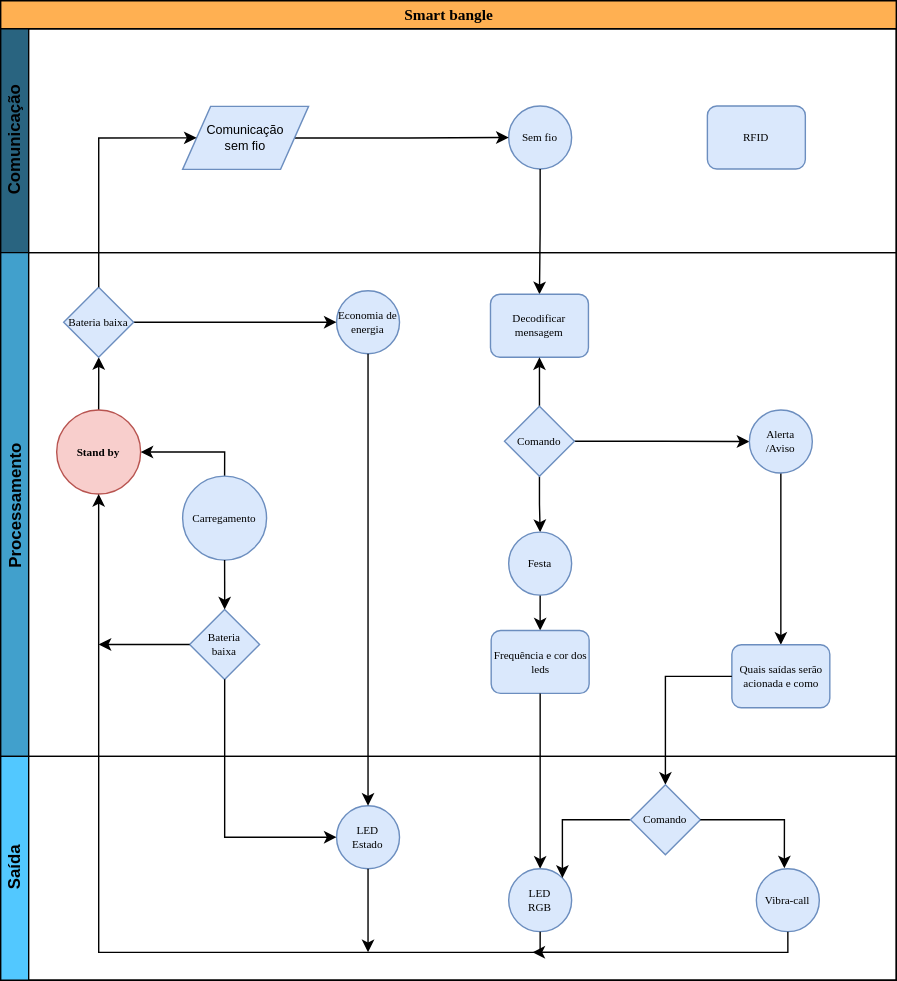
Earlier version of the draw.io export 2022.2/smart_bangle/smart-bangle_ea075.drawio.svg (vm-bertini/ea075-2023.1). Source tidied: cells renumbered, new cells last; positions are measured from the earlier drawing's top-left corner, leaving out a move shared by most shapes.
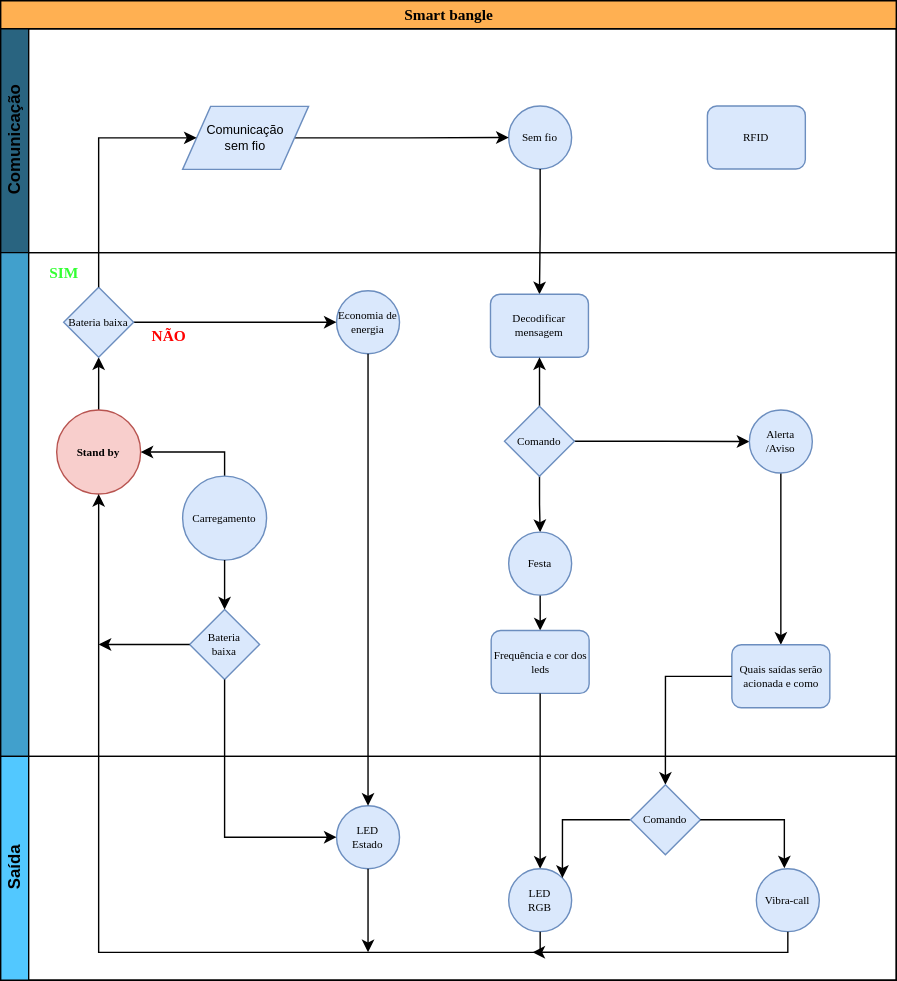
Later version of the same file.

Change to the diagram source:
```diff
@@ -23,7 +23,7 @@
     <mxCell id="8" style="edgeStyle=orthogonalEdgeStyle;rounded=0;jettySize=auto;html=1;entryX=0.5;entryY=0;entryDx=0;entryDy=0;fontFamily=Verdana;fontSize=8;" parent="2" edge="1" source="5" target="12">
       <mxGeometry relative="1" as="geometry" />
     </mxCell>
-    <mxCell id="9" value="Processamento" style="swimlane;startSize=20;horizontal=0;fillColor=#41A0CC;" parent="2" vertex="1">
+    <mxCell id="9" style="swimlane;startSize=20;horizontal=0;fillColor=#41A0CC;" parent="2" vertex="1">
       <mxGeometry y="180" width="640" height="360" as="geometry" />
     </mxCell>
     <mxCell id="10" style="edgeStyle=orthogonalEdgeStyle;rounded=0;jettySize=auto;html=1;fontFamily=Verdana;fontSize=8;" parent="9" edge="1" source="11" target="25">
@@ -90,6 +90,12 @@
     <mxCell id="29" style="edgeStyle=orthogonalEdgeStyle;rounded=0;jettySize=auto;html=1;fontFamily=Verdana;fontSize=8;" parent="9" edge="1" source="23" target="28">
       <mxGeometry relative="1" as="geometry" />
     </mxCell>
+    <mxCell id="46" value="SIM" style="text;html=1;align=center;verticalAlign=middle;strokeColor=none;fillColor=none;fontSize=11;fontFamily=Verdana;fontStyle=1;fontColor=#33FF33;" parent="9" vertex="1">
+      <mxGeometry x="20" width="50" height="30" as="geometry" />
+    </mxCell>
+    <mxCell id="47" value="&lt;font color=&quot;#ff0000&quot;&gt;NÃO&lt;/font&gt;" style="text;html=1;align=center;verticalAlign=middle;strokeColor=none;fillColor=none;fontSize=11;fontFamily=Verdana;fontStyle=1;fontColor=#33FF33;" parent="9" vertex="1">
+      <mxGeometry x="95" y="44.8" width="50" height="30" as="geometry" />
+    </mxCell>
     <mxCell id="30" style="edgeStyle=orthogonalEdgeStyle;rounded=0;jettySize=auto;html=1;entryX=0.5;entryY=0;entryDx=0;entryDy=0;fontFamily=Verdana;fontSize=8;" parent="2" edge="1" source="27" target="37">
       <mxGeometry relative="1" as="geometry" />
     </mxCell>
```
